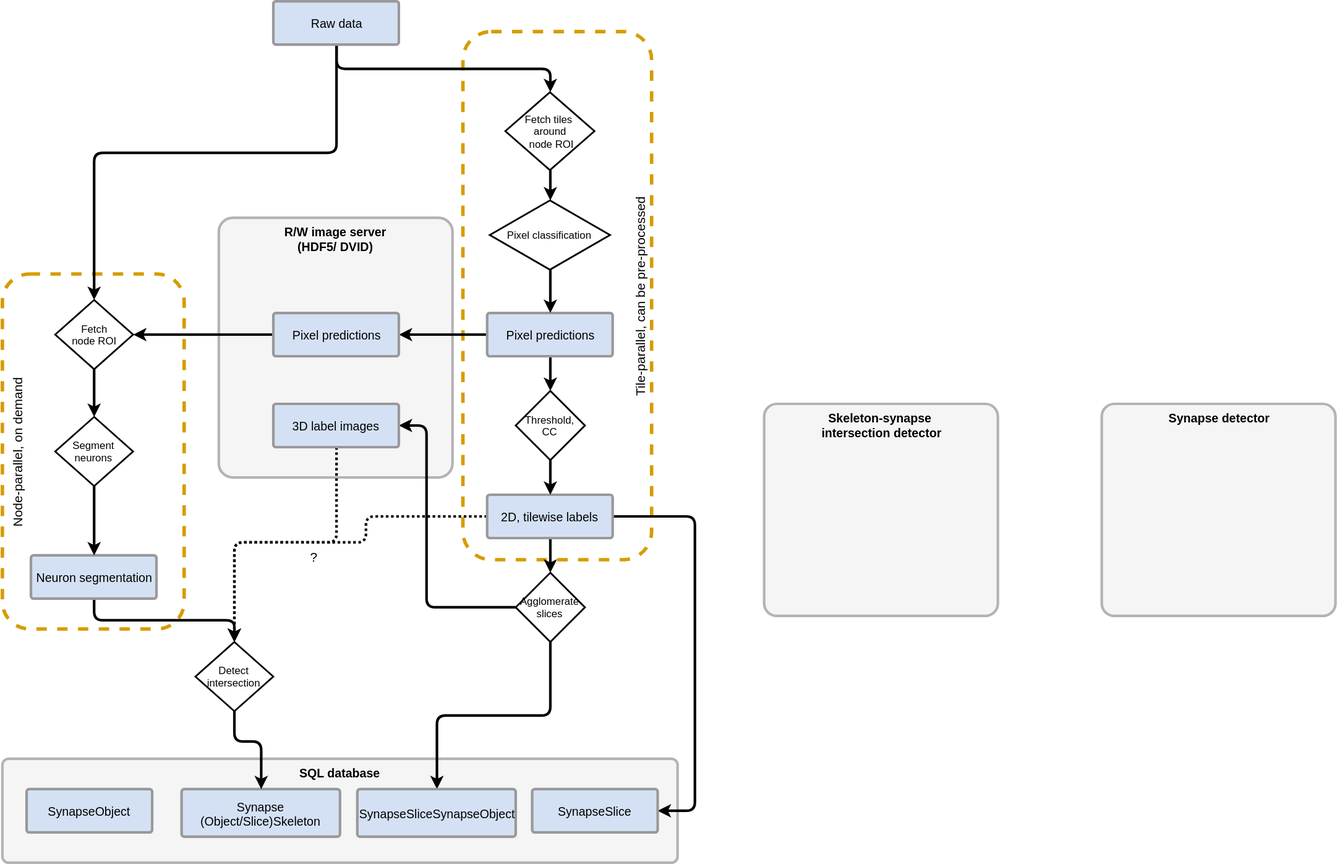
Before: architecture/architecture_v2.svg, a diagram exported from draw.io (k-dominik/skeleton_synapses). Source tidied: cells renumbered, new cells last; positions are measured from the earlier drawing's top-left corner, leaving out a move shared by most shapes.
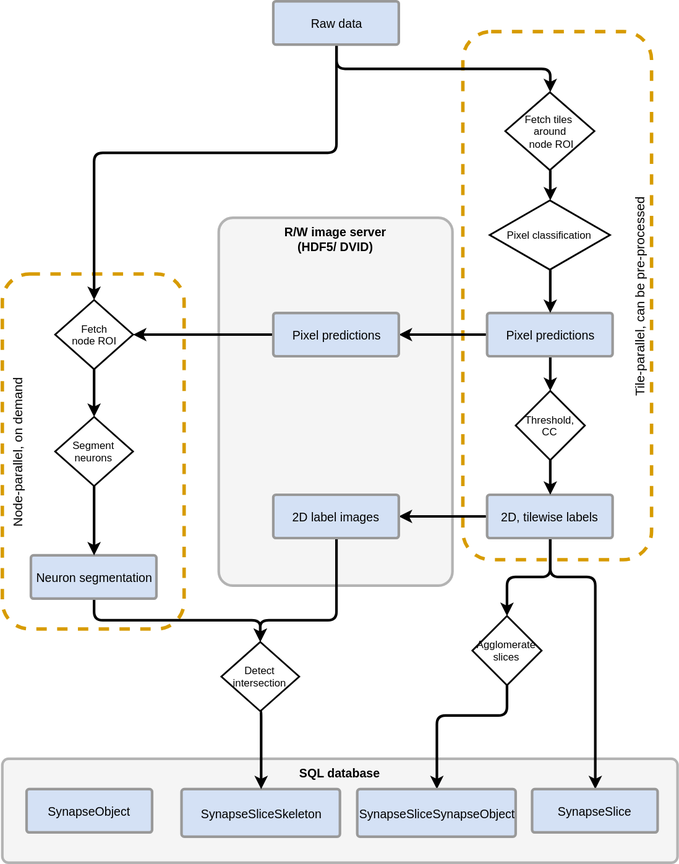
After the change.

The edit, as a diff of the source:
```diff
@@ -12,7 +12,7 @@
       <mxGeometry y="875" width="780" height="120" as="geometry" />
     </mxCell>
     <mxCell id="5" value="R/W image server&lt;div&gt;(HDF5/ DVID)&lt;/div&gt;" style="strokeWidth=3;html=1;shape=mxgraph.flowchart.process;whiteSpace=wrap;fillColor=#F5F5F5;fontSize=14;strokeColor=#B3B3B3;fontStyle=1;labelPosition=center;verticalLabelPosition=middle;align=center;verticalAlign=top;" parent="1" vertex="1">
-      <mxGeometry x="250" y="250" width="270" height="300" as="geometry" />
+      <mxGeometry x="250" y="250" width="270" height="425" as="geometry" />
     </mxCell>
     <mxCell id="6" style="edgeStyle=orthogonalEdgeStyle;rounded=1;html=1;exitX=0.5;exitY=1;exitPerimeter=0;entryX=0.5;entryY=0;startArrow=none;startFill=0;jettySize=auto;strokeColor=#000000;strokeWidth=3;fontSize=12;" parent="1" edge="1" source="8" target="20">
       <mxGeometry relative="1" as="geometry" />
@@ -26,23 +26,17 @@
     <mxCell id="9" style="edgeStyle=orthogonalEdgeStyle;rounded=1;html=1;exitX=0.5;exitY=1;exitPerimeter=0;entryX=0.5;entryY=0;startArrow=none;startFill=0;jettySize=auto;strokeColor=#000000;strokeWidth=3;fontSize=12;" parent="1" edge="1" source="12" target="27">
       <mxGeometry relative="1" as="geometry" />
     </mxCell>
-    <mxCell id="10" style="edgeStyle=orthogonalEdgeStyle;rounded=1;html=1;exitX=1;exitY=0.5;exitPerimeter=0;entryX=1;entryY=0.5;entryPerimeter=0;startArrow=none;startFill=0;jettySize=auto;strokeColor=#000000;strokeWidth=3;fontSize=12;" parent="1" edge="1" source="12" target="37">
+    <mxCell id="10" style="edgeStyle=orthogonalEdgeStyle;rounded=1;html=1;exitX=0.5;exitY=1;exitPerimeter=0;entryX=0.5;entryY=0;entryPerimeter=0;startArrow=none;startFill=0;jettySize=auto;strokeColor=#000000;strokeWidth=3;fontSize=15;" parent="1" edge="1" source="12" target="37">
       <mxGeometry relative="1" as="geometry">
         <Array as="points">
-          <mxPoint x="800" y="595" />
-          <mxPoint x="800" y="935" />
+          <mxPoint x="633" y="665" />
+          <mxPoint x="685" y="665" />
         </Array>
       </mxGeometry>
     </mxCell>
-    <mxCell id="11" style="edgeStyle=orthogonalEdgeStyle;rounded=1;html=1;exitX=0;exitY=0.5;exitPerimeter=0;entryX=0.5;entryY=0;dashed=1;dashPattern=1 1;startArrow=none;startFill=0;jettySize=auto;strokeColor=#000000;strokeWidth=3;fontSize=15;" parent="1" edge="1" source="12" target="41">
-      <mxGeometry relative="1" as="geometry">
-        <Array as="points">
-          <mxPoint x="420" y="595" />
-          <mxPoint x="420" y="625" />
-          <mxPoint x="268" y="625" />
-        </Array>
-      </mxGeometry>
-    </mxCell>
+    <mxCell id="44" style="edgeStyle=orthogonalEdgeStyle;rounded=1;html=1;exitX=0;exitY=0.5;exitPerimeter=0;entryX=1;entryY=0.5;entryPerimeter=0;startArrow=none;startFill=0;jettySize=auto;strokeColor=#000000;strokeWidth=3;fontSize=15;" parent="1" edge="1" source="12" target="36">
+      <mxGeometry relative="1" as="geometry" />
+    </mxCell>
     <mxCell id="12" value="2D, tilewise labels" style="strokeWidth=3;html=1;shape=mxgraph.flowchart.process;whiteSpace=wrap;fillColor=#D4E1F5;fontSize=14;strokeColor=#999999;" parent="1" vertex="1">
       <mxGeometry x="560" y="570" width="145" height="50" as="geometry" />
     </mxCell>
@@ -82,23 +76,17 @@
     <mxCell id="24" value="Fetch&lt;div&gt;node ROI&lt;/div&gt;" style="rhombus;whiteSpace=wrap;html=1;labelBackgroundColor=none;strokeColor=#000000;strokeWidth=2;fillColor=none;fontSize=12;align=center;" parent="1" vertex="1">
       <mxGeometry x="61" y="345" width="90" height="80" as="geometry" />
     </mxCell>
-    <mxCell id="25" style="edgeStyle=orthogonalEdgeStyle;rounded=1;html=1;exitX=0;exitY=0.5;entryX=1;entryY=0.5;entryPerimeter=0;startArrow=none;startFill=0;jettySize=auto;strokeColor=#000000;strokeWidth=3;fontSize=15;" parent="1" edge="1" source="27" target="36">
-      <mxGeometry relative="1" as="geometry">
-        <Array as="points">
-          <mxPoint x="490" y="700" />
-          <mxPoint x="490" y="490" />
-        </Array>
-      </mxGeometry>
-    </mxCell>
     <mxCell id="26" style="edgeStyle=orthogonalEdgeStyle;rounded=1;html=1;exitX=0.5;exitY=1;entryX=0.5;entryY=0;entryPerimeter=0;startArrow=none;startFill=0;jettySize=auto;strokeColor=#000000;strokeWidth=3;fontSize=15;" parent="1" edge="1" source="27" target="38">
-      <mxGeometry relative="1" as="geometry" />
+      <mxGeometry relative="1" as="geometry">
+        <Array as="points">
+          <mxPoint x="583" y="825" />
+          <mxPoint x="502" y="825" />
+        </Array>
+      </mxGeometry>
     </mxCell>
     <mxCell id="27" value="Agglomerate slices" style="rhombus;whiteSpace=wrap;html=1;labelBackgroundColor=none;strokeColor=#000000;strokeWidth=2;fillColor=none;fontSize=12;align=center;" parent="1" vertex="1">
-      <mxGeometry x="593" y="660" width="80" height="80" as="geometry" />
+      <mxGeometry x="543" y="710" width="80" height="80" as="geometry" />
     </mxCell>
-    <mxCell id="28" value="Synapse detector" style="strokeWidth=3;html=1;shape=mxgraph.flowchart.process;whiteSpace=wrap;fillColor=#F5F5F5;fontSize=14;strokeColor=#B3B3B3;fontStyle=1;labelPosition=center;verticalLabelPosition=middle;align=center;verticalAlign=top;" parent="1" vertex="1">
-      <mxGeometry x="1270" y="465" width="270" height="245" as="geometry" />
-    </mxCell>
     <mxCell id="29" style="edgeStyle=orthogonalEdgeStyle;rounded=1;html=1;exitX=0.5;exitY=1;exitPerimeter=0;entryX=0.5;entryY=0;startArrow=none;startFill=0;jettySize=auto;strokeColor=#000000;strokeWidth=3;fontSize=12;" parent="1" edge="1" source="31" target="16">
       <mxGeometry relative="1" as="geometry" />
     </mxCell>
@@ -119,21 +107,16 @@
     <mxCell id="33" value="Pixel predictions" style="strokeWidth=3;html=1;shape=mxgraph.flowchart.process;whiteSpace=wrap;fillColor=#D4E1F5;fontSize=14;strokeColor=#999999;" parent="1" vertex="1">
       <mxGeometry x="313" y="360" width="145" height="50" as="geometry" />
     </mxCell>
-    <mxCell id="34" style="edgeStyle=orthogonalEdgeStyle;rounded=1;html=1;exitX=0.5;exitY=1;exitPerimeter=0;entryX=0.5;entryY=0;startArrow=none;startFill=0;jettySize=auto;strokeColor=#000000;strokeWidth=3;fontSize=15;dashed=1;dashPattern=1 1;" parent="1" edge="1" source="36" target="41">
+    <mxCell id="34" style="edgeStyle=orthogonalEdgeStyle;rounded=1;html=1;exitX=0.5;exitY=1;exitPerimeter=0;entryX=0.5;entryY=0;startArrow=none;startFill=0;jettySize=auto;strokeColor=#000000;strokeWidth=3;fontSize=15;" parent="1" edge="1" source="36" target="41">
       <mxGeometry relative="1" as="geometry">
         <Array as="points">
-          <mxPoint x="386" y="625" />
-          <mxPoint x="268" y="625" />
+          <mxPoint x="386" y="715" />
+          <mxPoint x="298" y="715" />
         </Array>
       </mxGeometry>
     </mxCell>
-    <mxCell id="35" value="&lt;div&gt;&lt;br&gt;&lt;/div&gt;?" style="text;html=1;align=center;verticalAlign=middle;labelBackgroundColor=none;fontSize=15;" parent="34" vertex="1">
-      <mxGeometry x="-0.36" y="-28" relative="1" as="geometry">
-        <mxPoint x="-27" y="35" as="offset" />
-      </mxGeometry>
-    </mxCell>
-    <mxCell id="36" value="3D label images" style="strokeWidth=3;html=1;shape=mxgraph.flowchart.process;whiteSpace=wrap;fillColor=#D4E1F5;fontSize=14;strokeColor=#999999;" parent="1" vertex="1">
-      <mxGeometry x="313" y="465" width="145" height="50" as="geometry" />
+    <mxCell id="36" value="2D label images" style="strokeWidth=3;html=1;shape=mxgraph.flowchart.process;whiteSpace=wrap;fillColor=#D4E1F5;fontSize=14;strokeColor=#999999;" parent="1" vertex="1">
+      <mxGeometry x="313" y="570" width="145" height="50" as="geometry" />
     </mxCell>
     <mxCell id="37" value="SynapseSlice" style="strokeWidth=3;html=1;shape=mxgraph.flowchart.process;whiteSpace=wrap;fillColor=#D4E1F5;fontSize=14;strokeColor=#999999;" parent="1" vertex="1">
       <mxGeometry x="612" y="910" width="145" height="50" as="geometry" />
@@ -141,25 +124,21 @@
     <mxCell id="38" value="SynapseSliceSynapseObject" style="strokeWidth=3;html=1;shape=mxgraph.flowchart.process;whiteSpace=wrap;fillColor=#D4E1F5;fontSize=14;strokeColor=#999999;" parent="1" vertex="1">
       <mxGeometry x="410" y="910" width="183" height="55" as="geometry" />
     </mxCell>
-    <mxCell id="39" value="Synapse&lt;div&gt;(Object/Slice)Skeleton&lt;/div&gt;" style="strokeWidth=3;html=1;shape=mxgraph.flowchart.process;whiteSpace=wrap;fillColor=#D4E1F5;fontSize=14;strokeColor=#999999;" parent="1" vertex="1">
+    <mxCell id="39" value="SynapseSlice&lt;span&gt;Skeleton&lt;/span&gt;" style="strokeWidth=3;html=1;shape=mxgraph.flowchart.process;whiteSpace=wrap;fillColor=#D4E1F5;fontSize=14;strokeColor=#999999;" parent="1" vertex="1">
       <mxGeometry x="207" y="910" width="183" height="55" as="geometry" />
     </mxCell>
     <mxCell id="40" style="edgeStyle=orthogonalEdgeStyle;rounded=1;html=1;exitX=0.5;exitY=1;entryX=0.5;entryY=0;entryPerimeter=0;startArrow=none;startFill=0;jettySize=auto;strokeColor=#000000;strokeWidth=3;fontSize=12;" parent="1" edge="1" source="41" target="39">
       <mxGeometry relative="1" as="geometry">
         <Array as="points">
-          <mxPoint x="268" y="855" />
-          <mxPoint x="299" y="855" />
+          <mxPoint x="299" y="820" />
         </Array>
       </mxGeometry>
     </mxCell>
     <mxCell id="41" value="Detect intersection" style="rhombus;whiteSpace=wrap;html=1;labelBackgroundColor=none;strokeColor=#000000;strokeWidth=2;fillColor=none;fontSize=12;align=center;" parent="1" vertex="1">
-      <mxGeometry x="223" y="740" width="90" height="80" as="geometry" />
+      <mxGeometry x="253" y="740" width="90" height="80" as="geometry" />
     </mxCell>
     <mxCell id="42" value="SynapseObject" style="strokeWidth=3;html=1;shape=mxgraph.flowchart.process;whiteSpace=wrap;fillColor=#D4E1F5;fontSize=14;strokeColor=#999999;" parent="1" vertex="1">
       <mxGeometry x="28" y="910" width="145" height="50" as="geometry" />
     </mxCell>
-    <mxCell id="43" value="Skeleton-synapse&amp;nbsp;&lt;div&gt;intersection detector&lt;/div&gt;" style="strokeWidth=3;html=1;shape=mxgraph.flowchart.process;whiteSpace=wrap;fillColor=#F5F5F5;fontSize=14;strokeColor=#B3B3B3;fontStyle=1;labelPosition=center;verticalLabelPosition=middle;align=center;verticalAlign=top;" parent="1" vertex="1">
-      <mxGeometry x="880" y="465" width="270" height="245" as="geometry" />
-    </mxCell>
   </root>
 </mxGraphModel>
```
